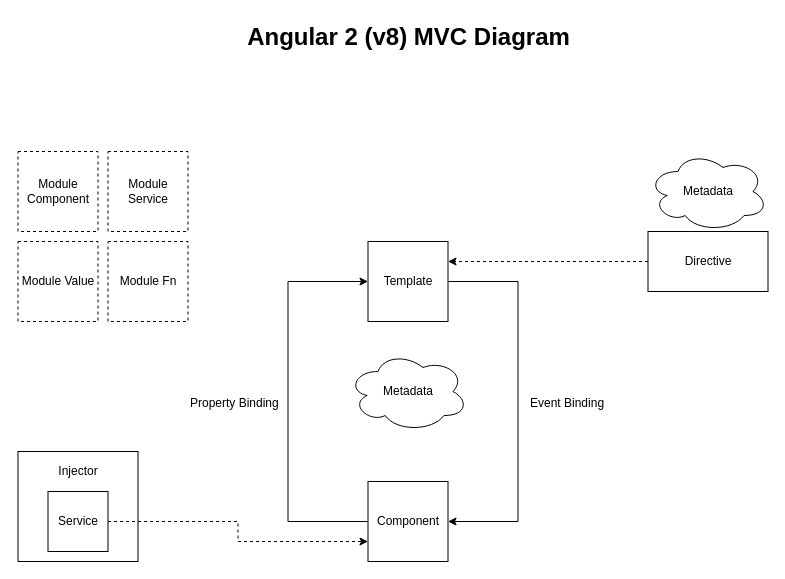
The draw.io diagram page "MVC" (2 of 2) of client/diagrams/App-Structure.drawio in bag33188/PokeROM, before the edit. Source tidied: cells renumbered, new cells numbered last; positions are measured from the earlier drawing's top-left corner, leaving out a move shared by most shapes. Both pictures are drawn from the tidied source at 100%, with x=0, y=0 at pixel (18, 17).
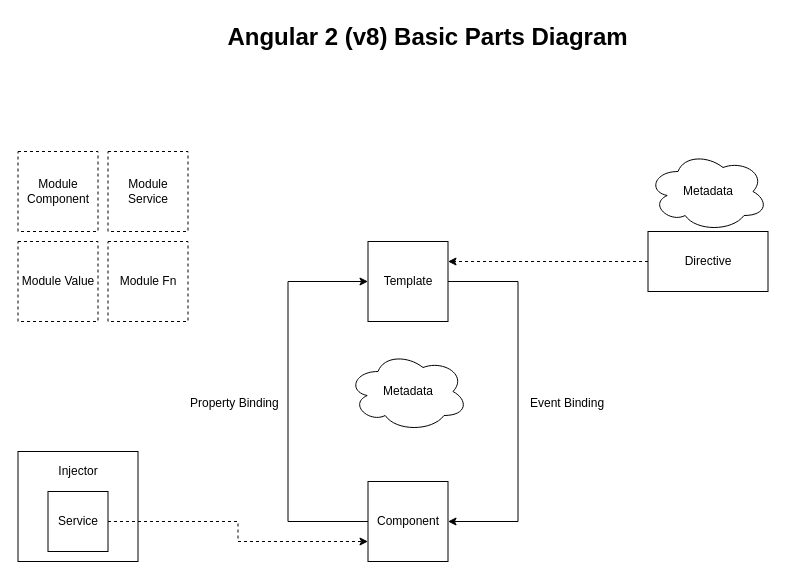
The same diagram, later.

Commit message:
update diagram title

The edit, as a diff of the source:
```diff
@@
-    <mxCell id="20" value="Angular 2 (v8) MVC Diagram" style="text;strokeColor=none;fillColor=none;html=1;fontSize=24;fontStyle=1;verticalAlign=middle;align=center;" parent="1" vertex="1">
-      <mxGeometry x="197" width="385" height="40" as="geometry" />
+    <mxCell id="20" value="Angular 2 (v8) Basic Parts Diagram" style="text;strokeColor=none;fillColor=none;html=1;fontSize=24;fontStyle=1;verticalAlign=middle;align=center;" parent="1" vertex="1">
+      <mxGeometry x="197" width="423" height="40" as="geometry" />
     </mxCell>
```
